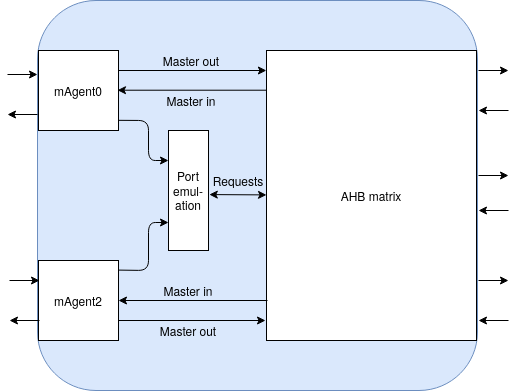
Earlier version of the draw.io export figs/ESL/syslev_new.png (Ovsthus/hovsthus_thesis). Source tidied: cells renumbered, new cells last; positions are measured from the earlier drawing's top-left corner, leaving out a move shared by most shapes. Its diagram source:
```xml
<mxGraphModel>
  <root>
    <mxCell id="0" />
    <mxCell id="1" parent="0" />
    <mxCell id="2" style="rounded=1;whiteSpace=wrap;html=1;fillColor=#dae8fc;strokeColor=#6c8ebf;" parent="1" vertex="1">
      <mxGeometry x="30" width="440" height="390" as="geometry" />
    </mxCell>
    <mxCell id="3" value="mAgent0" style="rounded=0;whiteSpace=wrap;html=1;" parent="1" vertex="1">
      <mxGeometry x="31" y="50" width="80" height="80" as="geometry" />
    </mxCell>
    <mxCell id="4" value="mAgent2" style="rounded=0;whiteSpace=wrap;html=1;" parent="1" vertex="1">
      <mxGeometry x="31" y="260" width="80" height="80" as="geometry" />
    </mxCell>
    <mxCell id="5" style="endArrow=classic;html=1;exitX=1;exitY=0.25;exitDx=0;exitDy=0;" parent="1" edge="1">
      <mxGeometry relative="1" as="geometry">
        <mxPoint x="471" y="70" as="sourcePoint" />
        <mxPoint x="501" y="70" as="targetPoint" />
      </mxGeometry>
    </mxCell>
    <mxCell id="6" style="endArrow=classic;html=1;exitX=1;exitY=0.25;exitDx=0;exitDy=0;" parent="1" edge="1">
      <mxGeometry relative="1" as="geometry">
        <mxPoint x="471" y="175" as="sourcePoint" />
        <mxPoint x="501" y="175" as="targetPoint" />
      </mxGeometry>
    </mxCell>
    <mxCell id="7" style="endArrow=classic;html=1;exitX=1;exitY=0.25;exitDx=0;exitDy=0;" parent="1" edge="1">
      <mxGeometry relative="1" as="geometry">
        <mxPoint x="471" y="280" as="sourcePoint" />
        <mxPoint x="501" y="280" as="targetPoint" />
      </mxGeometry>
    </mxCell>
    <mxCell id="8" style="endArrow=classic;html=1;entryX=1;entryY=0.75;entryDx=0;entryDy=0;exitX=0;exitY=0.75;exitDx=0;exitDy=0;" parent="1" edge="1">
      <mxGeometry relative="1" as="geometry">
        <mxPoint x="501" y="110" as="sourcePoint" />
        <mxPoint x="471" y="110" as="targetPoint" />
      </mxGeometry>
    </mxCell>
    <mxCell id="9" style="endArrow=classic;html=1;entryX=1;entryY=0.75;entryDx=0;entryDy=0;exitX=0;exitY=0.75;exitDx=0;exitDy=0;" parent="1" edge="1">
      <mxGeometry relative="1" as="geometry">
        <mxPoint x="501" y="210" as="sourcePoint" />
        <mxPoint x="471" y="210" as="targetPoint" />
      </mxGeometry>
    </mxCell>
    <mxCell id="10" style="endArrow=classic;html=1;entryX=1;entryY=0.75;entryDx=0;entryDy=0;exitX=0;exitY=0.75;exitDx=0;exitDy=0;" parent="1" edge="1">
      <mxGeometry relative="1" as="geometry">
        <mxPoint x="501" y="320" as="sourcePoint" />
        <mxPoint x="471" y="320" as="targetPoint" />
      </mxGeometry>
    </mxCell>
    <mxCell id="11" value="&lt;div&gt;Port&lt;/div&gt;&lt;div&gt;emul-&lt;/div&gt;&lt;div&gt;ation&lt;br&gt;&lt;/div&gt;" style="rounded=0;whiteSpace=wrap;html=1;direction=south;" parent="1" vertex="1">
      <mxGeometry x="161" y="130" width="40" height="120" as="geometry" />
    </mxCell>
    <mxCell id="12" style="endArrow=classic;html=1;exitX=1.004;exitY=0.873;exitDx=0;exitDy=0;entryX=0.25;entryY=1;entryDx=0;entryDy=0;exitPerimeter=0;" parent="1" edge="1" source="3" target="11">
      <mxGeometry relative="1" as="geometry">
        <Array as="points">
          <mxPoint x="141" y="120" />
          <mxPoint x="141" y="160" />
        </Array>
      </mxGeometry>
    </mxCell>
    <mxCell id="13" style="endArrow=classic;html=1;exitX=1.004;exitY=0.12;exitDx=0;exitDy=0;entryX=0.75;entryY=1;entryDx=0;entryDy=0;exitPerimeter=0;" parent="1" edge="1" source="4">
      <mxGeometry relative="1" as="geometry">
        <mxPoint x="161" y="222" as="targetPoint" />
        <Array as="points">
          <mxPoint x="141" y="270" />
          <mxPoint x="141" y="222" />
        </Array>
      </mxGeometry>
    </mxCell>
    <mxCell id="14" value="&lt;div&gt;AHB matrix&lt;br&gt;&lt;/div&gt;" style="rounded=0;whiteSpace=wrap;html=1;direction=south;" parent="1" vertex="1">
      <mxGeometry x="259" y="50" width="210" height="290" as="geometry" />
    </mxCell>
    <mxCell id="15" style="endArrow=classic;startArrow=classic;html=1;exitX=0.534;exitY=-0.02;exitDx=0;exitDy=0;exitPerimeter=0;" parent="1" edge="1" source="11" target="14">
      <mxGeometry relative="1" as="geometry" />
    </mxCell>
    <mxCell id="16" style="endArrow=classic;html=1;entryX=0.069;entryY=1.01;entryDx=0;entryDy=0;entryPerimeter=0;" parent="1" edge="1">
      <mxGeometry relative="1" as="geometry">
        <mxPoint x="111" y="70" as="sourcePoint" />
        <mxPoint x="258.9" y="70" as="targetPoint" />
      </mxGeometry>
    </mxCell>
    <mxCell id="17" style="endArrow=classic;html=1;exitX=1;exitY=0.75;exitDx=0;exitDy=0;" parent="1" edge="1" source="4">
      <mxGeometry relative="1" as="geometry">
        <mxPoint x="258" y="320" as="targetPoint" />
      </mxGeometry>
    </mxCell>
    <mxCell id="18" style="endArrow=classic;html=1;entryX=1;entryY=0.5;entryDx=0;entryDy=0;" parent="1" edge="1" target="4">
      <mxGeometry relative="1" as="geometry">
        <mxPoint x="260" y="300" as="sourcePoint" />
      </mxGeometry>
    </mxCell>
    <mxCell id="19" style="endArrow=classic;html=1;entryX=1;entryY=0.5;entryDx=0;entryDy=0;" parent="1" edge="1">
      <mxGeometry relative="1" as="geometry">
        <mxPoint x="259" y="89.7" as="sourcePoint" />
        <mxPoint x="110" y="89.7" as="targetPoint" />
      </mxGeometry>
    </mxCell>
    <mxCell id="20" value="Master out" style="text;html=1;strokeColor=none;fillColor=none;align=center;verticalAlign=middle;whiteSpace=wrap;rounded=0;" parent="1" vertex="1">
      <mxGeometry x="139" y="50" width="90" height="20" as="geometry" />
    </mxCell>
    <mxCell id="21" value="Master out" style="text;html=1;strokeColor=none;fillColor=none;align=center;verticalAlign=middle;whiteSpace=wrap;rounded=0;" parent="1" vertex="1">
      <mxGeometry x="136" y="320" width="90" height="20" as="geometry" />
    </mxCell>
    <mxCell id="22" value="Master in" style="text;html=1;strokeColor=none;fillColor=none;align=center;verticalAlign=middle;whiteSpace=wrap;rounded=0;" parent="1" vertex="1">
      <mxGeometry x="136" y="280" width="90" height="20" as="geometry" />
    </mxCell>
    <mxCell id="23" value="Master in" style="text;html=1;strokeColor=none;fillColor=none;align=center;verticalAlign=middle;whiteSpace=wrap;rounded=0;" parent="1" vertex="1">
      <mxGeometry x="139" y="90" width="90" height="20" as="geometry" />
    </mxCell>
    <mxCell id="24" value="Requests" style="text;html=1;strokeColor=none;fillColor=none;align=center;verticalAlign=middle;whiteSpace=wrap;rounded=0;" parent="1" vertex="1">
      <mxGeometry x="211" y="170" width="40" height="20" as="geometry" />
    </mxCell>
    <mxCell id="25" style="endArrow=classic;html=1;exitX=1;exitY=0.25;exitDx=0;exitDy=0;" parent="1" edge="1">
      <mxGeometry relative="1" as="geometry">
        <mxPoint y="74" as="sourcePoint" />
        <mxPoint x="30" y="74" as="targetPoint" />
      </mxGeometry>
    </mxCell>
    <mxCell id="26" style="endArrow=classic;html=1;entryX=1;entryY=0.75;entryDx=0;entryDy=0;exitX=0;exitY=0.75;exitDx=0;exitDy=0;" parent="1" edge="1">
      <mxGeometry relative="1" as="geometry">
        <mxPoint x="30" y="114" as="sourcePoint" />
        <mxPoint y="114" as="targetPoint" />
      </mxGeometry>
    </mxCell>
    <mxCell id="27" style="endArrow=classic;html=1;exitX=1;exitY=0.25;exitDx=0;exitDy=0;" parent="1" edge="1">
      <mxGeometry relative="1" as="geometry">
        <mxPoint x="2" y="280" as="sourcePoint" />
        <mxPoint x="32" y="280" as="targetPoint" />
      </mxGeometry>
    </mxCell>
    <mxCell id="28" style="endArrow=classic;html=1;entryX=1;entryY=0.75;entryDx=0;entryDy=0;exitX=0;exitY=0.75;exitDx=0;exitDy=0;" parent="1" edge="1">
      <mxGeometry relative="1" as="geometry">
        <mxPoint x="32" y="320" as="sourcePoint" />
        <mxPoint x="2" y="320" as="targetPoint" />
      </mxGeometry>
    </mxCell>
  </root>
</mxGraphModel>
```
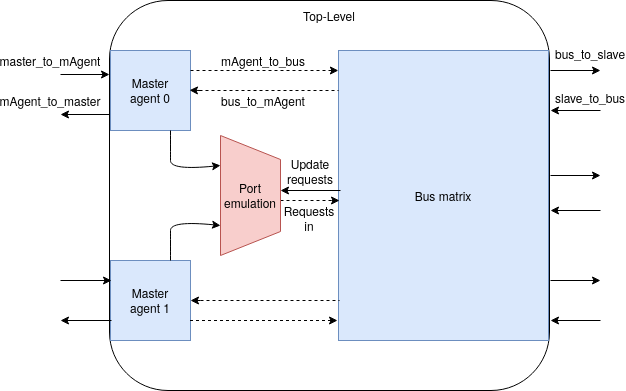
After the commit.

What changed in the source:
```diff
@@ -2,137 +2,185 @@
   <root>
     <mxCell id="0" />
     <mxCell id="1" parent="0" />
-    <mxCell id="2" style="rounded=1;whiteSpace=wrap;html=1;fillColor=#dae8fc;strokeColor=#6c8ebf;" parent="1" vertex="1">
+    <mxCell id="2" value="&lt;div&gt;Top-Level&lt;/div&gt;&lt;div&gt;&lt;br&gt;&lt;/div&gt;&lt;div&gt;&lt;br&gt;&lt;/div&gt;&lt;div&gt;&lt;br&gt;&lt;/div&gt;&lt;div&gt;&lt;br&gt;&lt;/div&gt;&lt;div&gt;&lt;br&gt;&lt;/div&gt;&lt;div&gt;&lt;br&gt;&lt;/div&gt;&lt;div&gt;&lt;br&gt;&lt;/div&gt;&lt;div&gt;&lt;br&gt;&lt;/div&gt;&lt;div&gt;&lt;br&gt;&lt;/div&gt;&lt;div&gt;&lt;br&gt;&lt;/div&gt;&lt;div&gt;&lt;br&gt;&lt;/div&gt;&lt;div&gt;&lt;br&gt;&lt;/div&gt;&lt;div&gt;&lt;br&gt;&lt;/div&gt;&lt;div&gt;&lt;br&gt;&lt;/div&gt;&lt;div&gt;&lt;br&gt;&lt;/div&gt;&lt;div&gt;&lt;br&gt;&lt;/div&gt;&lt;div&gt;&lt;br&gt;&lt;/div&gt;&lt;div&gt;&lt;br&gt;&lt;/div&gt;&lt;div&gt;&lt;br&gt;&lt;/div&gt;&lt;div&gt;&lt;br&gt;&lt;/div&gt;&lt;div&gt;&lt;br&gt;&lt;/div&gt;&lt;div&gt;&lt;br&gt;&lt;/div&gt;&lt;div&gt;&lt;br&gt;&lt;/div&gt;&lt;div&gt;&lt;br&gt;&lt;/div&gt;&lt;div&gt;&lt;br&gt;&lt;/div&gt;" style="rounded=1;whiteSpace=wrap;html=1;" parent="1" vertex="1">
       <mxGeometry x="30" width="440" height="390" as="geometry" />
     </mxCell>
-    <mxCell id="3" value="mAgent0" style="rounded=0;whiteSpace=wrap;html=1;" parent="1" vertex="1">
+    <mxCell id="3" value="&lt;div&gt;Master &lt;br&gt;&lt;/div&gt;&lt;div&gt;agent 0&lt;/div&gt;" style="rounded=0;whiteSpace=wrap;html=1;fillColor=#dae8fc;strokeColor=#6c8ebf;" parent="1" vertex="1">
       <mxGeometry x="31" y="50" width="80" height="80" as="geometry" />
     </mxCell>
-    <mxCell id="4" value="mAgent2" style="rounded=0;whiteSpace=wrap;html=1;" parent="1" vertex="1">
+    <mxCell id="4" value="&lt;div&gt;Master&lt;/div&gt;&lt;div&gt;agent 1&lt;br&gt;&lt;/div&gt;" style="rounded=0;whiteSpace=wrap;html=1;fillColor=#dae8fc;strokeColor=#6c8ebf;" parent="1" vertex="1">
       <mxGeometry x="31" y="260" width="80" height="80" as="geometry" />
     </mxCell>
     <mxCell id="5" style="endArrow=classic;html=1;exitX=1;exitY=0.25;exitDx=0;exitDy=0;" parent="1" edge="1">
       <mxGeometry relative="1" as="geometry">
         <mxPoint x="471" y="70" as="sourcePoint" />
-        <mxPoint x="501" y="70" as="targetPoint" />
+        <mxPoint x="521" y="70" as="targetPoint" />
       </mxGeometry>
     </mxCell>
     <mxCell id="6" style="endArrow=classic;html=1;exitX=1;exitY=0.25;exitDx=0;exitDy=0;" parent="1" edge="1">
       <mxGeometry relative="1" as="geometry">
         <mxPoint x="471" y="175" as="sourcePoint" />
-        <mxPoint x="501" y="175" as="targetPoint" />
+        <mxPoint x="521" y="175" as="targetPoint" />
       </mxGeometry>
     </mxCell>
     <mxCell id="7" style="endArrow=classic;html=1;exitX=1;exitY=0.25;exitDx=0;exitDy=0;" parent="1" edge="1">
       <mxGeometry relative="1" as="geometry">
         <mxPoint x="471" y="280" as="sourcePoint" />
-        <mxPoint x="501" y="280" as="targetPoint" />
+        <mxPoint x="521" y="280" as="targetPoint" />
       </mxGeometry>
     </mxCell>
-    <mxCell id="8" style="endArrow=classic;html=1;entryX=1;entryY=0.75;entryDx=0;entryDy=0;exitX=0;exitY=0.75;exitDx=0;exitDy=0;" parent="1" edge="1">
+    <mxCell id="8" style="endArrow=classic;html=1;entryX=1;entryY=0.75;entryDx=0;entryDy=0;" parent="1" edge="1">
       <mxGeometry relative="1" as="geometry">
-        <mxPoint x="501" y="110" as="sourcePoint" />
+        <mxPoint x="521" y="110" as="sourcePoint" />
         <mxPoint x="471" y="110" as="targetPoint" />
       </mxGeometry>
     </mxCell>
-    <mxCell id="9" style="endArrow=classic;html=1;entryX=1;entryY=0.75;entryDx=0;entryDy=0;exitX=0;exitY=0.75;exitDx=0;exitDy=0;" parent="1" edge="1">
+    <mxCell id="9" style="endArrow=classic;html=1;entryX=1;entryY=0.75;entryDx=0;entryDy=0;" parent="1" edge="1">
       <mxGeometry relative="1" as="geometry">
-        <mxPoint x="501" y="210" as="sourcePoint" />
+        <mxPoint x="521" y="210" as="sourcePoint" />
         <mxPoint x="471" y="210" as="targetPoint" />
       </mxGeometry>
     </mxCell>
-    <mxCell id="10" style="endArrow=classic;html=1;entryX=1;entryY=0.75;entryDx=0;entryDy=0;exitX=0;exitY=0.75;exitDx=0;exitDy=0;" parent="1" edge="1">
+    <mxCell id="10" style="endArrow=classic;html=1;entryX=1;entryY=0.75;entryDx=0;entryDy=0;" parent="1" edge="1">
       <mxGeometry relative="1" as="geometry">
-        <mxPoint x="501" y="320" as="sourcePoint" />
+        <mxPoint x="521" y="320" as="sourcePoint" />
         <mxPoint x="471" y="320" as="targetPoint" />
       </mxGeometry>
     </mxCell>
-    <mxCell id="11" value="&lt;div&gt;Port&lt;/div&gt;&lt;div&gt;emul-&lt;/div&gt;&lt;div&gt;ation&lt;br&gt;&lt;/div&gt;" style="rounded=0;whiteSpace=wrap;html=1;direction=south;" parent="1" vertex="1">
-      <mxGeometry x="161" y="130" width="40" height="120" as="geometry" />
-    </mxCell>
-    <mxCell id="12" style="endArrow=classic;html=1;exitX=1.004;exitY=0.873;exitDx=0;exitDy=0;entryX=0.25;entryY=1;entryDx=0;entryDy=0;exitPerimeter=0;" parent="1" edge="1" source="3" target="11">
-      <mxGeometry relative="1" as="geometry">
-        <Array as="points">
-          <mxPoint x="141" y="120" />
-          <mxPoint x="141" y="160" />
-        </Array>
-      </mxGeometry>
-    </mxCell>
-    <mxCell id="13" style="endArrow=classic;html=1;exitX=1.004;exitY=0.12;exitDx=0;exitDy=0;entryX=0.75;entryY=1;entryDx=0;entryDy=0;exitPerimeter=0;" parent="1" edge="1" source="4">
-      <mxGeometry relative="1" as="geometry">
-        <mxPoint x="161" y="222" as="targetPoint" />
-        <Array as="points">
-          <mxPoint x="141" y="270" />
-          <mxPoint x="141" y="222" />
-        </Array>
-      </mxGeometry>
-    </mxCell>
-    <mxCell id="14" value="&lt;div&gt;AHB matrix&lt;br&gt;&lt;/div&gt;" style="rounded=0;whiteSpace=wrap;html=1;direction=south;" parent="1" vertex="1">
+    <mxCell id="14" value="&lt;div&gt;Bus matrix&lt;br&gt;&lt;/div&gt;" style="rounded=0;whiteSpace=wrap;html=1;direction=south;fillColor=#dae8fc;strokeColor=#6c8ebf;" parent="1" vertex="1">
       <mxGeometry x="259" y="50" width="210" height="290" as="geometry" />
     </mxCell>
-    <mxCell id="15" style="endArrow=classic;startArrow=classic;html=1;exitX=0.534;exitY=-0.02;exitDx=0;exitDy=0;exitPerimeter=0;" parent="1" edge="1" source="11" target="14">
-      <mxGeometry relative="1" as="geometry" />
-    </mxCell>
     <mxCell id="16" style="endArrow=classic;html=1;entryX=0.069;entryY=1.01;entryDx=0;entryDy=0;entryPerimeter=0;" parent="1" edge="1">
       <mxGeometry relative="1" as="geometry">
-        <mxPoint x="111" y="70" as="sourcePoint" />
+        <mxPoint x="251" y="70" as="sourcePoint" />
         <mxPoint x="258.9" y="70" as="targetPoint" />
       </mxGeometry>
     </mxCell>
-    <mxCell id="17" style="endArrow=classic;html=1;exitX=1;exitY=0.75;exitDx=0;exitDy=0;" parent="1" edge="1" source="4">
+    <mxCell id="17" style="endArrow=classic;html=1;" parent="1" edge="1">
       <mxGeometry relative="1" as="geometry">
+        <mxPoint x="251" y="320" as="sourcePoint" />
         <mxPoint x="258" y="320" as="targetPoint" />
       </mxGeometry>
     </mxCell>
     <mxCell id="18" style="endArrow=classic;html=1;entryX=1;entryY=0.5;entryDx=0;entryDy=0;" parent="1" edge="1" target="4">
       <mxGeometry relative="1" as="geometry">
-        <mxPoint x="260" y="300" as="sourcePoint" />
+        <mxPoint x="121" y="300" as="sourcePoint" />
       </mxGeometry>
     </mxCell>
     <mxCell id="19" style="endArrow=classic;html=1;entryX=1;entryY=0.5;entryDx=0;entryDy=0;" parent="1" edge="1">
       <mxGeometry relative="1" as="geometry">
-        <mxPoint x="259" y="89.7" as="sourcePoint" />
+        <mxPoint x="121" y="90" as="sourcePoint" />
         <mxPoint x="110" y="89.7" as="targetPoint" />
       </mxGeometry>
     </mxCell>
-    <mxCell id="20" value="Master out" style="text;html=1;strokeColor=none;fillColor=none;align=center;verticalAlign=middle;whiteSpace=wrap;rounded=0;" parent="1" vertex="1">
+    <mxCell id="20" value="mAgent_to_bus" style="text;html=1;strokeColor=none;fillColor=none;align=center;verticalAlign=middle;whiteSpace=wrap;rounded=0;" parent="1" vertex="1">
       <mxGeometry x="139" y="50" width="90" height="20" as="geometry" />
     </mxCell>
-    <mxCell id="21" value="Master out" style="text;html=1;strokeColor=none;fillColor=none;align=center;verticalAlign=middle;whiteSpace=wrap;rounded=0;" parent="1" vertex="1">
-      <mxGeometry x="136" y="320" width="90" height="20" as="geometry" />
-    </mxCell>
-    <mxCell id="22" value="Master in" style="text;html=1;strokeColor=none;fillColor=none;align=center;verticalAlign=middle;whiteSpace=wrap;rounded=0;" parent="1" vertex="1">
-      <mxGeometry x="136" y="280" width="90" height="20" as="geometry" />
-    </mxCell>
-    <mxCell id="23" value="Master in" style="text;html=1;strokeColor=none;fillColor=none;align=center;verticalAlign=middle;whiteSpace=wrap;rounded=0;" parent="1" vertex="1">
+    <mxCell id="23" value="bus_to_mAgent" style="text;html=1;strokeColor=none;fillColor=none;align=center;verticalAlign=middle;whiteSpace=wrap;rounded=0;" parent="1" vertex="1">
       <mxGeometry x="139" y="90" width="90" height="20" as="geometry" />
     </mxCell>
-    <mxCell id="24" value="Requests" style="text;html=1;strokeColor=none;fillColor=none;align=center;verticalAlign=middle;whiteSpace=wrap;rounded=0;" parent="1" vertex="1">
-      <mxGeometry x="211" y="170" width="40" height="20" as="geometry" />
+    <mxCell id="24" value="Update requests" style="text;html=1;strokeColor=none;fillColor=none;align=center;verticalAlign=middle;whiteSpace=wrap;rounded=0;" parent="1" vertex="1">
+      <mxGeometry x="211" y="161" width="40" height="20" as="geometry" />
     </mxCell>
-    <mxCell id="25" style="endArrow=classic;html=1;exitX=1;exitY=0.25;exitDx=0;exitDy=0;" parent="1" edge="1">
+    <mxCell id="25" style="endArrow=classic;html=1;" parent="1" edge="1">
       <mxGeometry relative="1" as="geometry">
-        <mxPoint y="74" as="sourcePoint" />
+        <mxPoint x="-19" y="74" as="sourcePoint" />
         <mxPoint x="30" y="74" as="targetPoint" />
       </mxGeometry>
     </mxCell>
-    <mxCell id="26" style="endArrow=classic;html=1;entryX=1;entryY=0.75;entryDx=0;entryDy=0;exitX=0;exitY=0.75;exitDx=0;exitDy=0;" parent="1" edge="1">
+    <mxCell id="26" style="endArrow=classic;html=1;exitX=0;exitY=0.75;exitDx=0;exitDy=0;" parent="1" edge="1">
       <mxGeometry relative="1" as="geometry">
         <mxPoint x="30" y="114" as="sourcePoint" />
-        <mxPoint y="114" as="targetPoint" />
+        <mxPoint x="-19" y="114" as="targetPoint" />
       </mxGeometry>
     </mxCell>
-    <mxCell id="27" style="endArrow=classic;html=1;exitX=1;exitY=0.25;exitDx=0;exitDy=0;" parent="1" edge="1">
+    <mxCell id="27" style="endArrow=classic;html=1;" parent="1" edge="1">
       <mxGeometry relative="1" as="geometry">
-        <mxPoint x="2" y="280" as="sourcePoint" />
+        <mxPoint x="-19" y="280" as="sourcePoint" />
         <mxPoint x="32" y="280" as="targetPoint" />
       </mxGeometry>
     </mxCell>
-    <mxCell id="28" style="endArrow=classic;html=1;entryX=1;entryY=0.75;entryDx=0;entryDy=0;exitX=0;exitY=0.75;exitDx=0;exitDy=0;" parent="1" edge="1">
+    <mxCell id="28" style="endArrow=classic;html=1;exitX=0;exitY=0.75;exitDx=0;exitDy=0;" parent="1" edge="1">
       <mxGeometry relative="1" as="geometry">
         <mxPoint x="32" y="320" as="sourcePoint" />
-        <mxPoint x="2" y="320" as="targetPoint" />
+        <mxPoint x="-19" y="320" as="targetPoint" />
       </mxGeometry>
     </mxCell>
+    <mxCell id="29" style="endArrow=none;dashed=1;html=1;" parent="1" edge="1">
+      <mxGeometry relative="1" as="geometry">
+        <mxPoint x="111" y="70" as="sourcePoint" />
+        <mxPoint x="256" y="70" as="targetPoint" />
+      </mxGeometry>
+    </mxCell>
+    <mxCell id="30" style="endArrow=none;dashed=1;html=1;" parent="1" edge="1">
+      <mxGeometry relative="1" as="geometry">
+        <mxPoint x="114" y="90" as="sourcePoint" />
+        <mxPoint x="259" y="90" as="targetPoint" />
+      </mxGeometry>
+    </mxCell>
+    <mxCell id="31" style="endArrow=none;dashed=1;html=1;" parent="1" edge="1">
+      <mxGeometry relative="1" as="geometry">
+        <mxPoint x="115" y="300" as="sourcePoint" />
+        <mxPoint x="260" y="300" as="targetPoint" />
+      </mxGeometry>
+    </mxCell>
+    <mxCell id="32" style="endArrow=none;dashed=1;html=1;" parent="1" edge="1">
+      <mxGeometry relative="1" as="geometry">
+        <mxPoint x="110.5" y="320" as="sourcePoint" />
+        <mxPoint x="255.5" y="320" as="targetPoint" />
+      </mxGeometry>
+    </mxCell>
+    <mxCell id="33" style="endArrow=classic;html=1;entryX=0.5;entryY=0;entryDx=0;entryDy=0;" parent="1" edge="1">
+      <mxGeometry relative="1" as="geometry">
+        <mxPoint x="261" y="190" as="sourcePoint" />
+        <mxPoint x="201" y="190" as="targetPoint" />
+      </mxGeometry>
+    </mxCell>
+    <mxCell id="34" style="endArrow=none;dashed=1;html=1;" parent="1" edge="1">
+      <mxGeometry relative="1" as="geometry">
+        <mxPoint x="201" y="200" as="sourcePoint" />
+        <mxPoint x="259" y="200" as="targetPoint" />
+      </mxGeometry>
+    </mxCell>
+    <mxCell id="35" style="endArrow=classic;html=1;" parent="1" edge="1">
+      <mxGeometry relative="1" as="geometry">
+        <mxPoint x="252" y="200" as="sourcePoint" />
+        <mxPoint x="260" y="200" as="targetPoint" />
+      </mxGeometry>
+    </mxCell>
+    <mxCell id="36" value="Requests in" style="text;html=1;strokeColor=none;fillColor=none;align=center;verticalAlign=middle;whiteSpace=wrap;rounded=0;" parent="1" vertex="1">
+      <mxGeometry x="210" y="208" width="40" height="20" as="geometry" />
+    </mxCell>
+    <mxCell id="37" value="master_to_mAgent" style="text;html=1;strokeColor=none;fillColor=none;align=center;verticalAlign=middle;whiteSpace=wrap;rounded=0;" parent="1" vertex="1">
+      <mxGeometry x="-49" y="50" width="40" height="20" as="geometry" />
+    </mxCell>
+    <mxCell id="38" value="&lt;div&gt;bus_to_slave&lt;/div&gt;" style="text;html=1;strokeColor=none;fillColor=none;align=center;verticalAlign=middle;whiteSpace=wrap;rounded=0;" parent="1" vertex="1">
+      <mxGeometry x="491" y="43" width="40" height="20" as="geometry" />
+    </mxCell>
+    <mxCell id="39" value="slave_to_bus" style="text;html=1;strokeColor=none;fillColor=none;align=center;verticalAlign=middle;whiteSpace=wrap;rounded=0;" parent="1" vertex="1">
+      <mxGeometry x="491" y="87" width="40" height="20" as="geometry" />
+    </mxCell>
+    <mxCell id="40" value="Port emulation" style="shape=trapezoid;perimeter=trapezoidPerimeter;whiteSpace=wrap;html=1;direction=south;fillColor=#f8cecc;strokeColor=#b85450;" parent="1" vertex="1">
+      <mxGeometry x="141" y="135" width="60" height="120" as="geometry" />
+    </mxCell>
+    <mxCell id="41" style="curved=1;endArrow=classic;html=1;exitX=0.75;exitY=0;exitDx=0;exitDy=0;entryX=0.75;entryY=1;entryDx=0;entryDy=0;" parent="1" edge="1" source="4" target="40">
+      <mxGeometry relative="1" as="geometry">
+        <Array as="points">
+          <mxPoint x="91" y="240" />
+          <mxPoint x="91" y="220" />
+        </Array>
+      </mxGeometry>
+    </mxCell>
+    <mxCell id="42" style="curved=1;endArrow=classic;html=1;exitX=0.75;exitY=1;exitDx=0;exitDy=0;entryX=0.25;entryY=1;entryDx=0;entryDy=0;" parent="1" edge="1" source="3" target="40">
+      <mxGeometry relative="1" as="geometry">
+        <Array as="points">
+          <mxPoint x="91" y="150" />
+          <mxPoint x="91" y="170" />
+        </Array>
+      </mxGeometry>
+    </mxCell>
+    <mxCell id="43" value="mAgent_to_master" style="text;html=1;strokeColor=none;fillColor=none;align=center;verticalAlign=middle;whiteSpace=wrap;rounded=0;" parent="1" vertex="1">
+      <mxGeometry x="-49" y="90" width="40" height="20" as="geometry" />
+    </mxCell>
   </root>
 </mxGraphModel>
```
